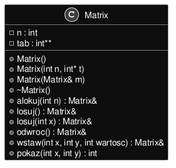
Above: inline_umlgraph_1.png in kluchoo/Matrix (PlantUML), before the change.
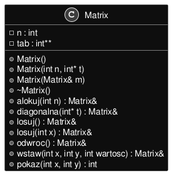
After the commit.

Diff of the diagram source:
```diff
@@ -10,6 +10,7 @@
 +Matrix(Matrix& m)
 +~Matrix()
 +alokuj(int n) : Matrix&
++diagonalna(int* t) : Matrix&
 +losuj() : Matrix&
 +losuj(int x) : Matrix&
 +odwroc() : Matrix&
```
